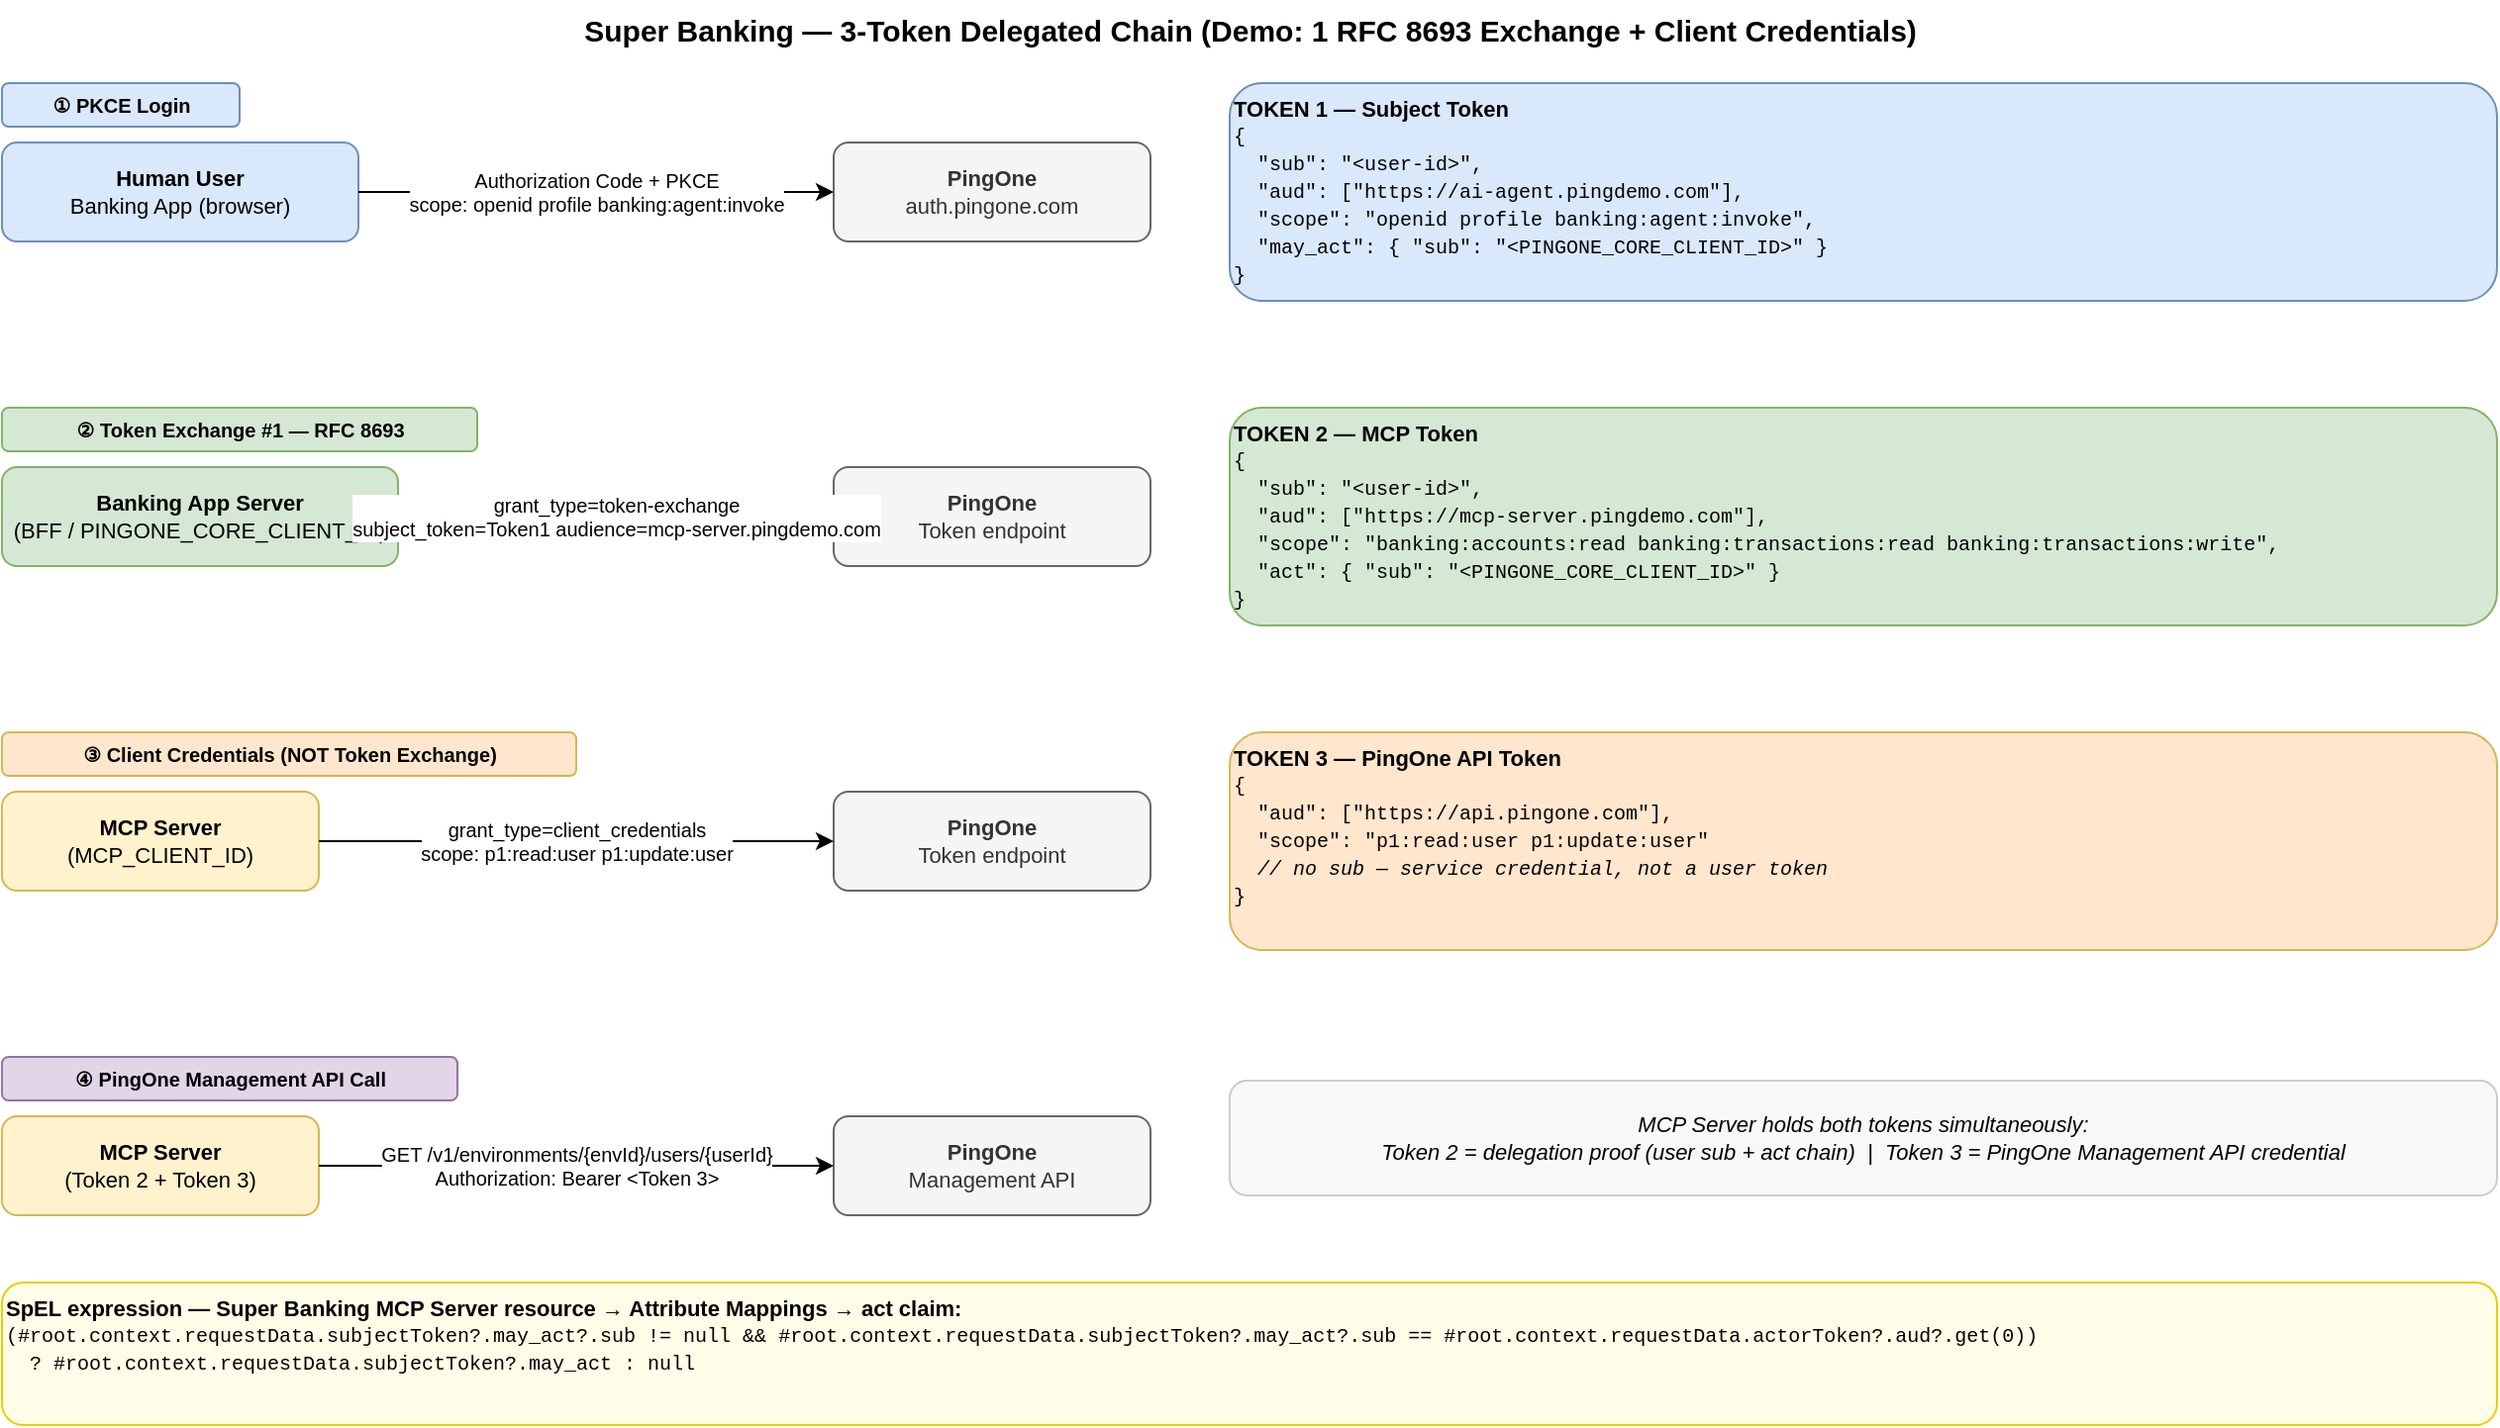
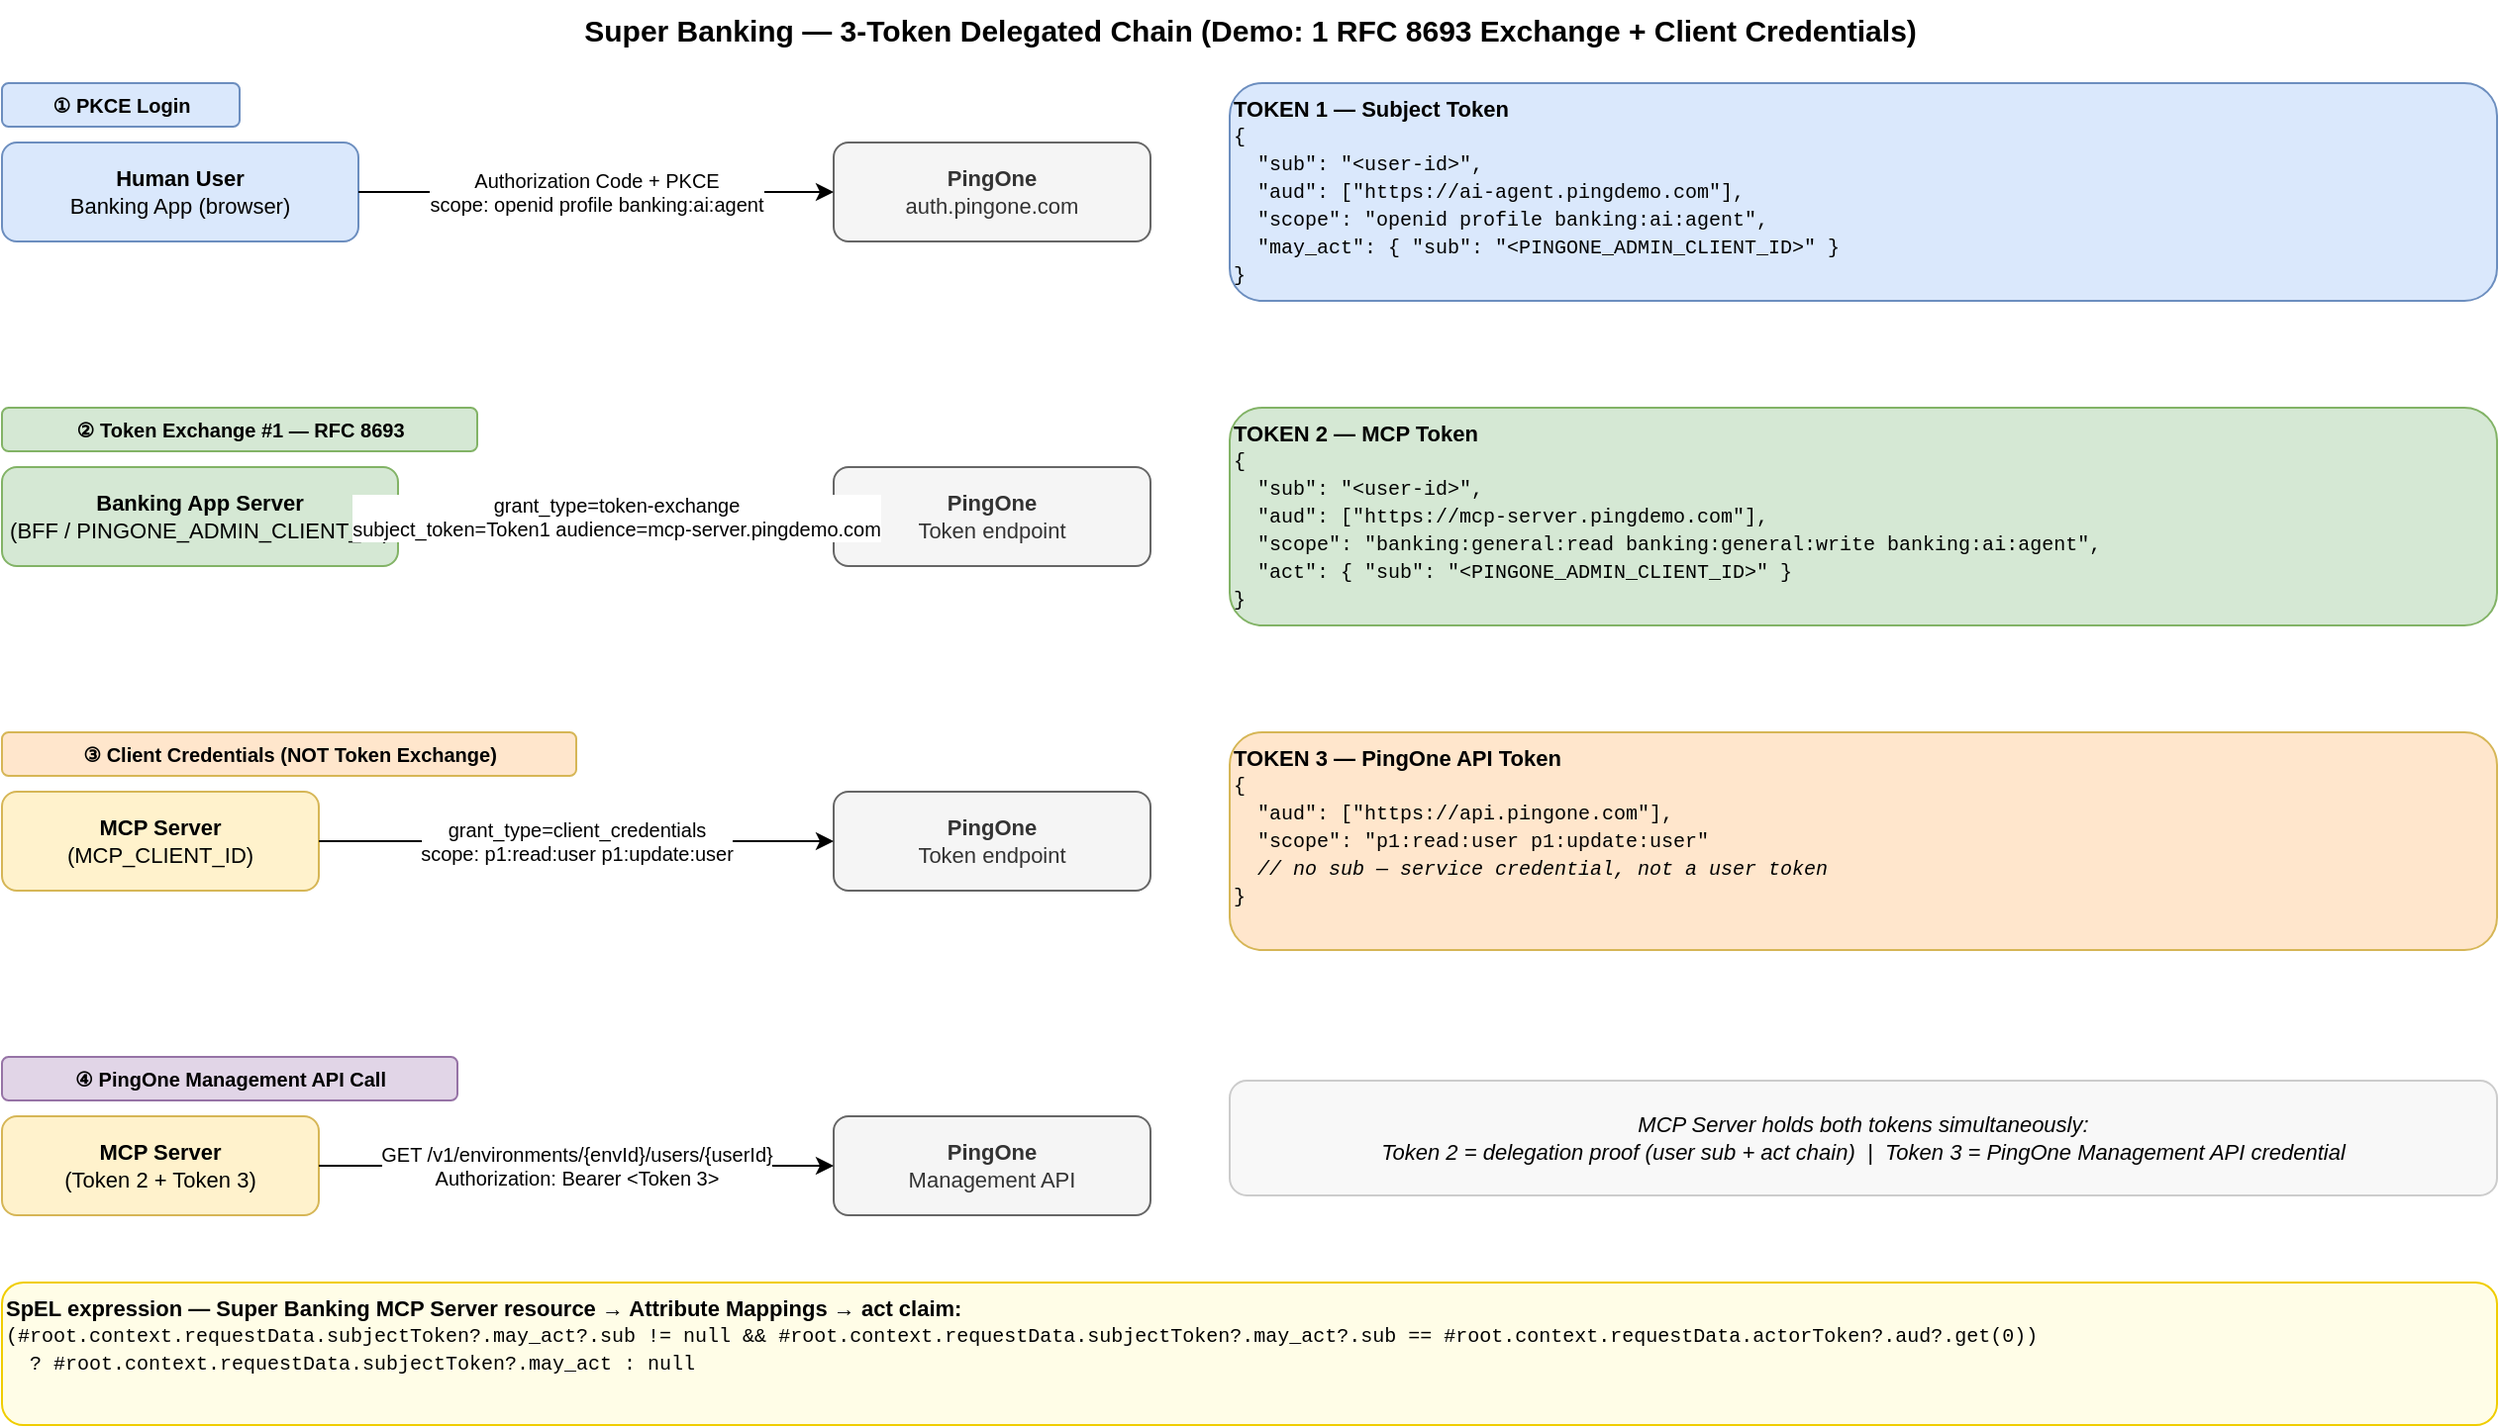
<mxGraphModel dx="1422" dy="762" grid="0" gridSize="10" guides="0" tooltips="1" connect="1" arrows="1" fold="1" page="1" pageScale="1" pageWidth="1300" pageHeight="790" math="0" shadow="0">
  <root>
    <mxCell id="0"/>
    <mxCell id="1" parent="0"/>

    <!-- Title -->
    <mxCell id="2" value="Super Banking — 3-Token Delegated Chain (Demo: 1 RFC 8693 Exchange + Client Credentials)" style="text;html=1;strokeColor=none;fillColor=none;align=center;verticalAlign=middle;fontSize=15;fontStyle=1;" vertex="1" parent="1">
      <mxGeometry x="20" y="14" width="1260" height="30" as="geometry"/>
    </mxCell>

    <!-- ── STEP 1: PKCE Login ── -->
    <mxCell id="10" value="① PKCE Login" style="text;html=1;rounded=1;fillColor=#dae8fc;strokeColor=#6c8ebf;fontSize=10;fontStyle=1;align=center;verticalAlign=middle;" vertex="1" parent="1">
      <mxGeometry x="20" y="56" width="120" height="22" as="geometry"/>
    </mxCell>
    <mxCell id="11" value="&lt;b&gt;Human User&lt;/b&gt;&lt;br&gt;Banking App (browser)" style="rounded=1;whiteSpace=wrap;html=1;fillColor=#dae8fc;strokeColor=#6c8ebf;fontSize=11;" vertex="1" parent="1">
      <mxGeometry x="20" y="86" width="180" height="50" as="geometry"/>
    </mxCell>
    <mxCell id="12" value="&lt;b&gt;PingOne&lt;/b&gt;&lt;br&gt;auth.pingone.com" style="rounded=1;whiteSpace=wrap;html=1;fillColor=#f5f5f5;strokeColor=#666666;fontColor=#333333;fontSize=11;" vertex="1" parent="1">
      <mxGeometry x="440" y="86" width="160" height="50" as="geometry"/>
    </mxCell>
-     <mxCell id="13" value="Authorization Code + PKCE&lt;br&gt;scope: openid profile banking:agent:invoke" style="edgeStyle=orthogonalEdgeStyle;html=1;fontSize=10;labelBackgroundColor=#ffffff;" edge="1" source="11" target="12" parent="1">
+     <mxCell id="13" value="Authorization Code + PKCE&lt;br&gt;scope: openid profile banking:ai:agent" style="edgeStyle=orthogonalEdgeStyle;html=1;fontSize=10;labelBackgroundColor=#ffffff;" edge="1" source="11" target="12" parent="1">
      <mxGeometry relative="1" as="geometry"/>
    </mxCell>
-     <mxCell id="14" value="&lt;b&gt;TOKEN 1 — Subject Token&lt;/b&gt;&lt;br&gt;&lt;font face=&quot;Courier New&quot; style=&quot;font-size:10px&quot;&gt;{&lt;br&gt;&amp;nbsp;&amp;nbsp;&quot;sub&quot;: &quot;&amp;lt;user-id&amp;gt;&quot;,&lt;br&gt;&amp;nbsp;&amp;nbsp;&quot;aud&quot;: [&quot;https://ai-agent.pingdemo.com&quot;],&lt;br&gt;&amp;nbsp;&amp;nbsp;&quot;scope&quot;: &quot;openid profile banking:agent:invoke&quot;,&lt;br&gt;&amp;nbsp;&amp;nbsp;&quot;may_act&quot;: { &quot;sub&quot;: &quot;&amp;lt;PINGONE_CORE_CLIENT_ID&amp;gt;&quot; }&lt;br&gt;}&lt;/font&gt;" style="rounded=1;whiteSpace=wrap;html=1;fillColor=#dae8fc;strokeColor=#6c8ebf;align=left;verticalAlign=top;fontSize=11;" vertex="1" parent="1">
+     <mxCell id="14" value="&lt;b&gt;TOKEN 1 — Subject Token&lt;/b&gt;&lt;br&gt;&lt;font face=&quot;Courier New&quot; style=&quot;font-size:10px&quot;&gt;{&lt;br&gt;&amp;nbsp;&amp;nbsp;&quot;sub&quot;: &quot;&amp;lt;user-id&amp;gt;&quot;,&lt;br&gt;&amp;nbsp;&amp;nbsp;&quot;aud&quot;: [&quot;https://ai-agent.pingdemo.com&quot;],&lt;br&gt;&amp;nbsp;&amp;nbsp;&quot;scope&quot;: &quot;openid profile banking:ai:agent&quot;,&lt;br&gt;&amp;nbsp;&amp;nbsp;&quot;may_act&quot;: { &quot;sub&quot;: &quot;&amp;lt;PINGONE_ADMIN_CLIENT_ID&amp;gt;&quot; }&lt;br&gt;}&lt;/font&gt;" style="rounded=1;whiteSpace=wrap;html=1;fillColor=#dae8fc;strokeColor=#6c8ebf;align=left;verticalAlign=top;fontSize=11;" vertex="1" parent="1">
      <mxGeometry x="640" y="56" width="640" height="110" as="geometry"/>
    </mxCell>

    <!-- ── STEP 2: Token Exchange #1 (RFC 8693) ── -->
    <mxCell id="20" value="② Token Exchange #1 — RFC 8693" style="text;html=1;rounded=1;fillColor=#d5e8d4;strokeColor=#82b366;fontSize=10;fontStyle=1;align=center;verticalAlign=middle;" vertex="1" parent="1">
      <mxGeometry x="20" y="220" width="240" height="22" as="geometry"/>
    </mxCell>
-     <mxCell id="21" value="&lt;b&gt;Banking App Server&lt;/b&gt;&lt;br&gt;(BFF / PINGONE_CORE_CLIENT_ID)" style="rounded=1;whiteSpace=wrap;html=1;fillColor=#d5e8d4;strokeColor=#82b366;fontSize=11;" vertex="1" parent="1">
+     <mxCell id="21" value="&lt;b&gt;Banking App Server&lt;/b&gt;&lt;br&gt;(BFF / PINGONE_ADMIN_CLIENT_ID)" style="rounded=1;whiteSpace=wrap;html=1;fillColor=#d5e8d4;strokeColor=#82b366;fontSize=11;" vertex="1" parent="1">
      <mxGeometry x="20" y="250" width="200" height="50" as="geometry"/>
    </mxCell>
    <mxCell id="22" value="&lt;b&gt;PingOne&lt;/b&gt;&lt;br&gt;Token endpoint" style="rounded=1;whiteSpace=wrap;html=1;fillColor=#f5f5f5;strokeColor=#666666;fontColor=#333333;fontSize=11;" vertex="1" parent="1">
      <mxGeometry x="440" y="250" width="160" height="50" as="geometry"/>
    </mxCell>
    <mxCell id="23" value="grant_type=token-exchange&lt;br&gt;subject_token=Token1   audience=mcp-server.pingdemo.com" style="edgeStyle=orthogonalEdgeStyle;html=1;fontSize=10;labelBackgroundColor=#ffffff;" edge="1" source="21" target="22" parent="1">
      <mxGeometry relative="1" as="geometry"/>
    </mxCell>
-     <mxCell id="24" value="&lt;b&gt;TOKEN 2 — MCP Token&lt;/b&gt;&lt;br&gt;&lt;font face=&quot;Courier New&quot; style=&quot;font-size:10px&quot;&gt;{&lt;br&gt;&amp;nbsp;&amp;nbsp;&quot;sub&quot;: &quot;&amp;lt;user-id&amp;gt;&quot;,&lt;br&gt;&amp;nbsp;&amp;nbsp;&quot;aud&quot;: [&quot;https://mcp-server.pingdemo.com&quot;],&lt;br&gt;&amp;nbsp;&amp;nbsp;&quot;scope&quot;: &quot;banking:accounts:read banking:transactions:read banking:transactions:write&quot;,&lt;br&gt;&amp;nbsp;&amp;nbsp;&quot;act&quot;: { &quot;sub&quot;: &quot;&amp;lt;PINGONE_CORE_CLIENT_ID&amp;gt;&quot; }&lt;br&gt;}&lt;/font&gt;" style="rounded=1;whiteSpace=wrap;html=1;fillColor=#d5e8d4;strokeColor=#82b366;align=left;verticalAlign=top;fontSize=11;" vertex="1" parent="1">
+     <mxCell id="24" value="&lt;b&gt;TOKEN 2 — MCP Token&lt;/b&gt;&lt;br&gt;&lt;font face=&quot;Courier New&quot; style=&quot;font-size:10px&quot;&gt;{&lt;br&gt;&amp;nbsp;&amp;nbsp;&quot;sub&quot;: &quot;&amp;lt;user-id&amp;gt;&quot;,&lt;br&gt;&amp;nbsp;&amp;nbsp;&quot;aud&quot;: [&quot;https://mcp-server.pingdemo.com&quot;],&lt;br&gt;&amp;nbsp;&amp;nbsp;&quot;scope&quot;: &quot;banking:general:read banking:general:write banking:ai:agent&quot;,&lt;br&gt;&amp;nbsp;&amp;nbsp;&quot;act&quot;: { &quot;sub&quot;: &quot;&amp;lt;PINGONE_ADMIN_CLIENT_ID&amp;gt;&quot; }&lt;br&gt;}&lt;/font&gt;" style="rounded=1;whiteSpace=wrap;html=1;fillColor=#d5e8d4;strokeColor=#82b366;align=left;verticalAlign=top;fontSize=11;" vertex="1" parent="1">
      <mxGeometry x="640" y="220" width="640" height="110" as="geometry"/>
    </mxCell>

    <!-- ── STEP 3: Client Credentials ── -->
    <mxCell id="30" value="③ Client Credentials (NOT Token Exchange)" style="text;html=1;rounded=1;fillColor=#ffe6cc;strokeColor=#d6b656;fontSize=10;fontStyle=1;align=center;verticalAlign=middle;" vertex="1" parent="1">
      <mxGeometry x="20" y="384" width="290" height="22" as="geometry"/>
    </mxCell>
    <mxCell id="31" value="&lt;b&gt;MCP Server&lt;/b&gt;&lt;br&gt;(MCP_CLIENT_ID)" style="rounded=1;whiteSpace=wrap;html=1;fillColor=#fff2cc;strokeColor=#d6b656;fontSize=11;" vertex="1" parent="1">
      <mxGeometry x="20" y="414" width="160" height="50" as="geometry"/>
    </mxCell>
    <mxCell id="32" value="&lt;b&gt;PingOne&lt;/b&gt;&lt;br&gt;Token endpoint" style="rounded=1;whiteSpace=wrap;html=1;fillColor=#f5f5f5;strokeColor=#666666;fontColor=#333333;fontSize=11;" vertex="1" parent="1">
      <mxGeometry x="440" y="414" width="160" height="50" as="geometry"/>
    </mxCell>
    <mxCell id="33" value="grant_type=client_credentials&lt;br&gt;scope: p1:read:user p1:update:user" style="edgeStyle=orthogonalEdgeStyle;html=1;fontSize=10;labelBackgroundColor=#ffffff;" edge="1" source="31" target="32" parent="1">
      <mxGeometry relative="1" as="geometry"/>
    </mxCell>
    <mxCell id="34" value="&lt;b&gt;TOKEN 3 — PingOne API Token&lt;/b&gt;&lt;br&gt;&lt;font face=&quot;Courier New&quot; style=&quot;font-size:10px&quot;&gt;{&lt;br&gt;&amp;nbsp;&amp;nbsp;&quot;aud&quot;: [&quot;https://api.pingone.com&quot;],&lt;br&gt;&amp;nbsp;&amp;nbsp;&quot;scope&quot;: &quot;p1:read:user p1:update:user&quot;&lt;br&gt;&amp;nbsp;&amp;nbsp;&lt;i&gt;// no sub — service credential, not a user token&lt;/i&gt;&lt;br&gt;}&lt;/font&gt;" style="rounded=1;whiteSpace=wrap;html=1;fillColor=#ffe6cc;strokeColor=#d6b656;align=left;verticalAlign=top;fontSize=11;" vertex="1" parent="1">
      <mxGeometry x="640" y="384" width="640" height="110" as="geometry"/>
    </mxCell>

    <!-- ── STEP 4: PingOne Management API call ── -->
    <mxCell id="40" value="④ PingOne Management API Call" style="text;html=1;rounded=1;fillColor=#e1d5e7;strokeColor=#9673a6;fontSize=10;fontStyle=1;align=center;verticalAlign=middle;" vertex="1" parent="1">
      <mxGeometry x="20" y="548" width="230" height="22" as="geometry"/>
    </mxCell>
    <mxCell id="41" value="&lt;b&gt;MCP Server&lt;/b&gt;&lt;br&gt;(Token 2 + Token 3)" style="rounded=1;whiteSpace=wrap;html=1;fillColor=#fff2cc;strokeColor=#d6b656;fontSize=11;" vertex="1" parent="1">
      <mxGeometry x="20" y="578" width="160" height="50" as="geometry"/>
    </mxCell>
    <mxCell id="42" value="&lt;b&gt;PingOne&lt;/b&gt;&lt;br&gt;Management API" style="rounded=1;whiteSpace=wrap;html=1;fillColor=#f5f5f5;strokeColor=#666666;fontColor=#333333;fontSize=11;" vertex="1" parent="1">
      <mxGeometry x="440" y="578" width="160" height="50" as="geometry"/>
    </mxCell>
    <mxCell id="43" value="GET /v1/environments/{envId}/users/{userId}&lt;br&gt;Authorization: Bearer &amp;lt;Token 3&amp;gt;" style="edgeStyle=orthogonalEdgeStyle;html=1;fontSize=10;labelBackgroundColor=#ffffff;" edge="1" source="41" target="42" parent="1">
      <mxGeometry relative="1" as="geometry"/>
    </mxCell>
    <mxCell id="44" value="&lt;i&gt;MCP Server holds both tokens simultaneously:&lt;br&gt;Token 2 = delegation proof (user sub + act chain) &amp;nbsp;|&amp;nbsp; Token 3 = PingOne Management API credential&lt;/i&gt;" style="rounded=1;whiteSpace=wrap;html=1;fillColor=#f8f8f8;strokeColor=#cccccc;align=center;fontSize=11;" vertex="1" parent="1">
      <mxGeometry x="640" y="560" width="640" height="58" as="geometry"/>
    </mxCell>

    <!-- ── SpEL expression (act claim) ── -->
    <mxCell id="50" value="&lt;b&gt;SpEL expression — Super Banking MCP Server resource → Attribute Mappings → act claim:&lt;/b&gt;&lt;br&gt;&lt;font face=&quot;Courier New&quot; style=&quot;font-size:10px&quot;&gt;(#root.context.requestData.subjectToken?.may_act?.sub != null &amp;amp;&amp;amp; #root.context.requestData.subjectToken?.may_act?.sub == #root.context.requestData.actorToken?.aud?.get(0))&lt;br&gt;&amp;nbsp;&amp;nbsp;? #root.context.requestData.subjectToken?.may_act : null&lt;/font&gt;" style="rounded=1;whiteSpace=wrap;html=1;fillColor=#fffde7;strokeColor=#f0cd00;align=left;verticalAlign=top;fontSize=11;" vertex="1" parent="1">
      <mxGeometry x="20" y="662" width="1260" height="72" as="geometry"/>
    </mxCell>

  </root>
</mxGraphModel>
